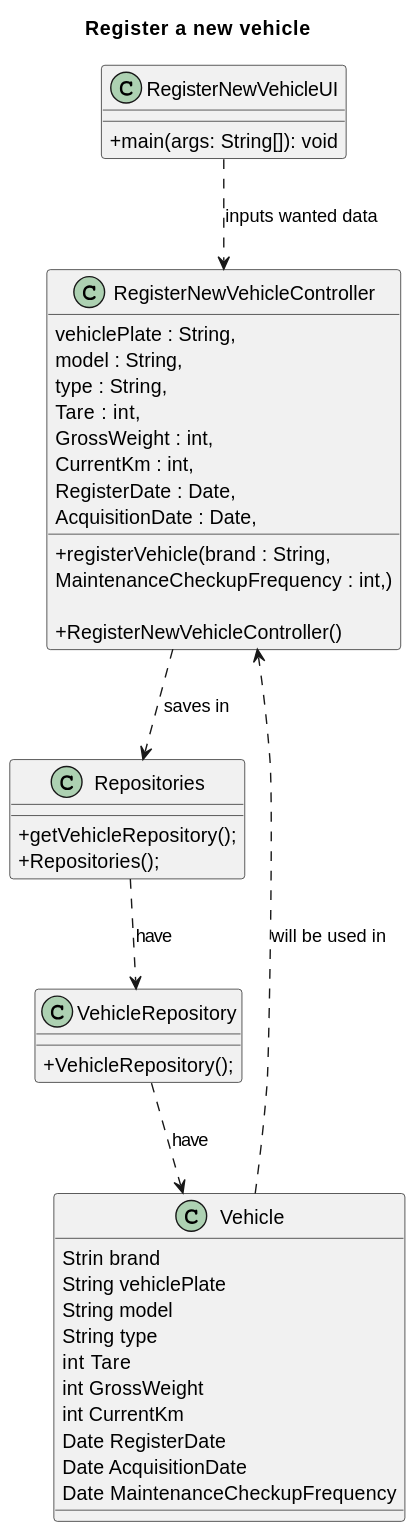
Earlier version of the PlantUML export docs/sprintB/us006/03.design/svg/us006-class-diagram-Register_a_new_vehicle.svg (Departamento-de-Engenharia-Informatica/lei-24-s2-1dm-g132).
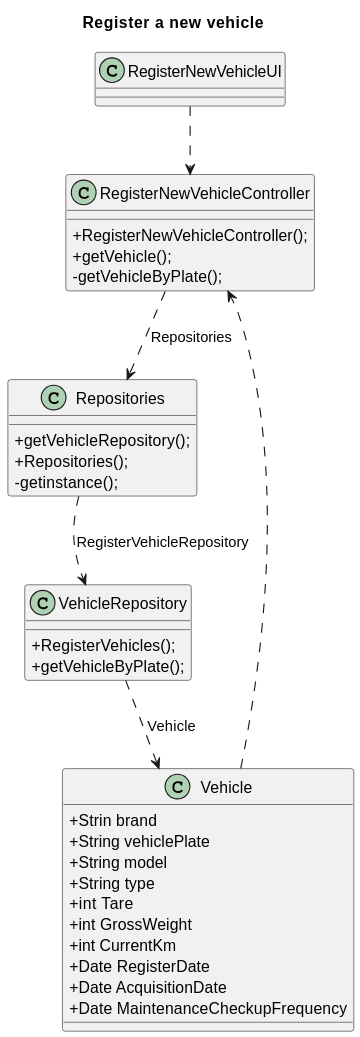
After the commit.

Commit message:
Changes in the job and Vehicle class diagram

Change to the diagram source:
```diff
@@ -5,49 +5,45 @@
 
 
 class RegisterNewVehicleController {
-    + registerVehicle(brand : String,
-                           vehiclePlate : String,
-                           model : String,
-                           type : String,
-                           Tare : int,
-                           GrossWeight : int,
-                           CurrentKm : int,
-                           RegisterDate : Date,
-                           AcquisitionDate : Date,
-                           MaintenanceCheckupFrequency : int,)
 
-                           + RegisterNewVehicleController()
+    + RegisterNewVehicleController();
+    +getVehicle();
+    -getVehicleByPlate();
+
      }
 
 class RegisterNewVehicleUI {
-    +main(args: String[]): void
+
 }
 
 class Repositories{
     + getVehicleRepository();
     +Repositories();
+    -getinstance();
 
 }
 class VehicleRepository{
-    + VehicleRepository();
+    +RegisterVehicles();
+    +getVehicleByPlate();
+
 }
 
 class Vehicle {
-    Strin brand
-    String vehiclePlate
-    String model
-    String type
-    int Tare
-    int GrossWeight
-    int CurrentKm
-    Date RegisterDate
-    Date AcquisitionDate
-    Date MaintenanceCheckupFrequency
+    +Strin brand
+    +String vehiclePlate
+    +String model
+    +String type
+    +int Tare
+    +int GrossWeight
+    +int CurrentKm
+    +Date RegisterDate
+    +Date AcquisitionDate
+    +Date MaintenanceCheckupFrequency
 }
 
-RegisterNewVehicleUI ..> RegisterNewVehicleController : inputs wanted data
-RegisterNewVehicleController ..> Repositories : «saves in»
-Vehicle ..> RegisterNewVehicleController : will be used in
-Repositories ..> VehicleRepository : have
-VehicleRepository ..> Vehicle : have
+RegisterNewVehicleUI ..> RegisterNewVehicleController
+RegisterNewVehicleController ..> Repositories : Repositories
+Vehicle ..> RegisterNewVehicleController
+Repositories ..> VehicleRepository : RegisterVehicleRepository
+VehicleRepository ..> Vehicle : Vehicle
 @enduml
```
